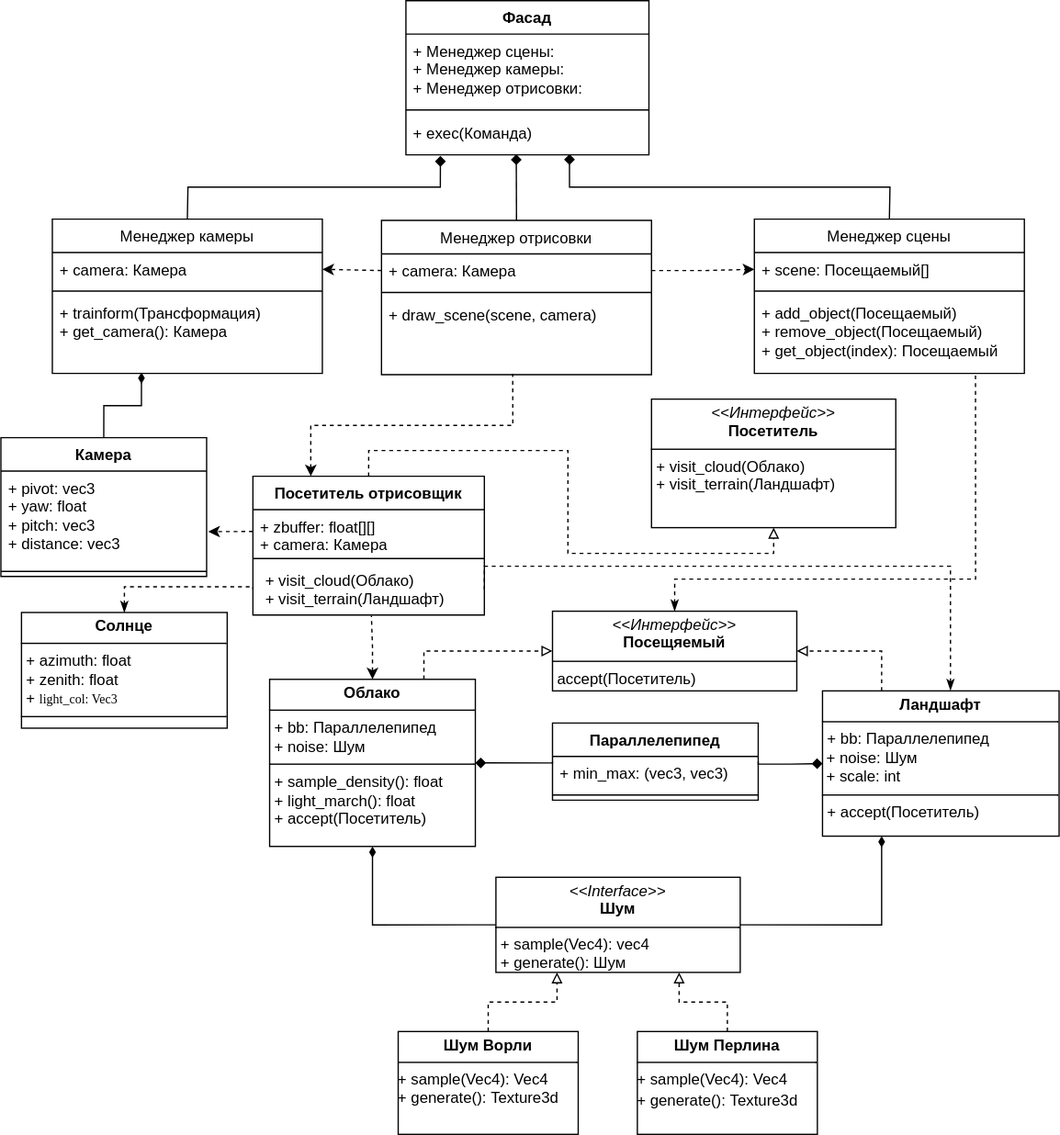
Earlier version of the draw.io export doc/assets/img/cloud_uml.svg (ficusinapot/bmstu-cw-cg-volumetric-clouds). Source tidied: cells renumbered, new cells last; positions are measured from the earlier drawing's top-left corner, leaving out a move shared by most shapes.
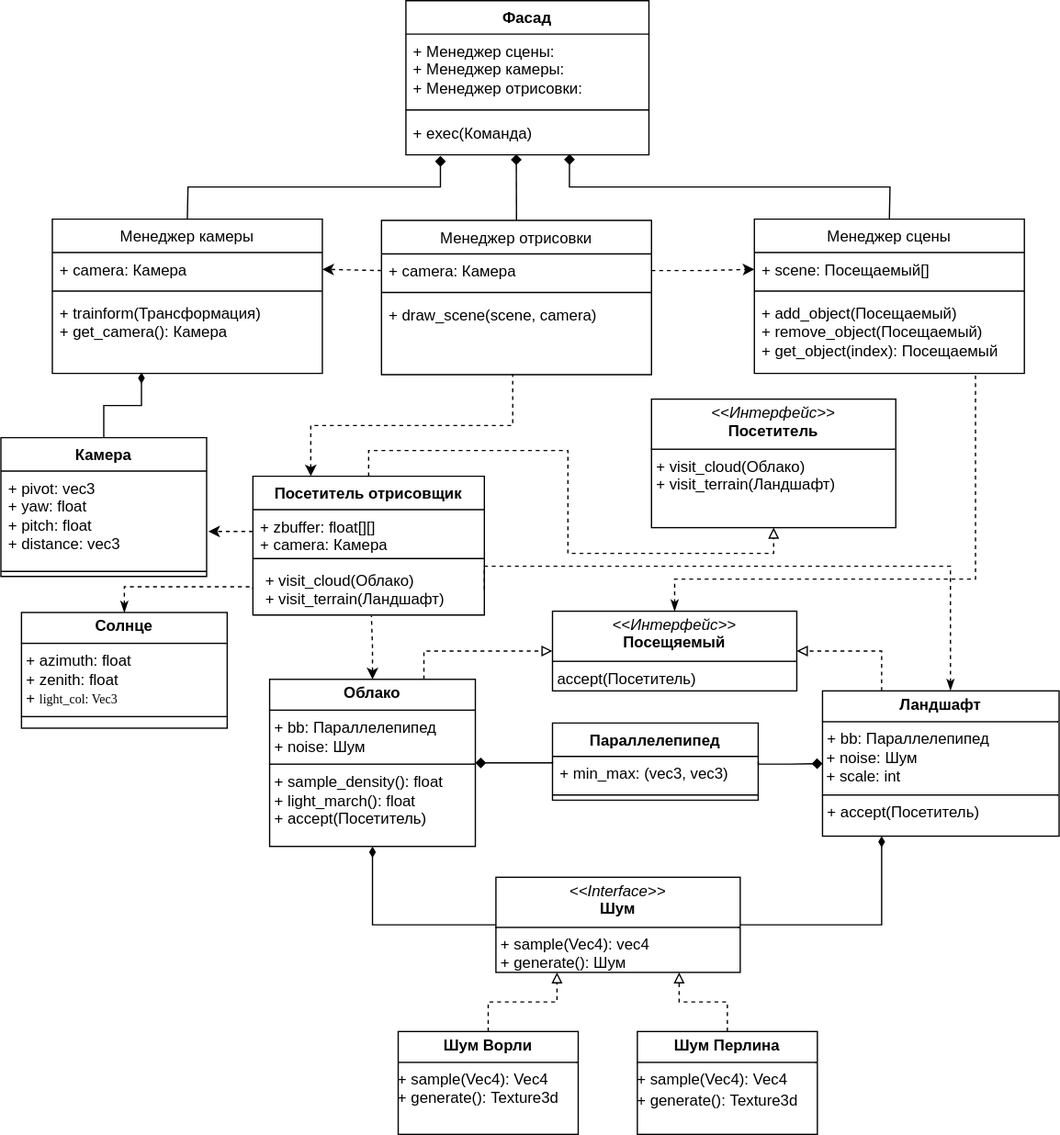
The same file after the commit.

Change to the diagram source:
```diff
@@ -177,7 +177,7 @@
     <mxCell id="51" value="Камера" style="swimlane;fontStyle=1;align=center;verticalAlign=top;horizontal=1;startSize=26;whiteSpace=wrap;html=1;" parent="1" vertex="1">
       <mxGeometry y="340" width="160" height="108" as="geometry" />
     </mxCell>
-    <mxCell id="52" value="+ pivot: vec3&lt;div&gt;+ yaw: float&lt;/div&gt;&lt;div&gt;+ pitch: vec3&lt;br&gt;&lt;div&gt;+ distance: vec3&lt;/div&gt;&lt;/div&gt;" style="text;strokeColor=none;fillColor=none;align=left;verticalAlign=top;spacingLeft=4;spacingRight=4;overflow=hidden;points=[[0,0.5],[1,0.5]];portConstraint=eastwest;whiteSpace=wrap;html=1;" parent="51" vertex="1">
+    <mxCell id="52" value="+ pivot: vec3&lt;div&gt;+ yaw: float&lt;/div&gt;&lt;div&gt;+ pitch: float&lt;br&gt;&lt;div&gt;+ distance: vec3&lt;/div&gt;&lt;/div&gt;" style="text;strokeColor=none;fillColor=none;align=left;verticalAlign=top;spacingLeft=4;spacingRight=4;overflow=hidden;points=[[0,0.5],[1,0.5]];portConstraint=eastwest;whiteSpace=wrap;html=1;" parent="51" vertex="1">
       <mxGeometry y="26" width="160" height="74" as="geometry" />
     </mxCell>
     <mxCell id="53" style="line;strokeWidth=1;fillColor=none;align=left;verticalAlign=middle;spacingTop=-1;spacingLeft=3;spacingRight=3;labelPosition=right;strokeColor=inherit;" parent="51" vertex="1">
```
